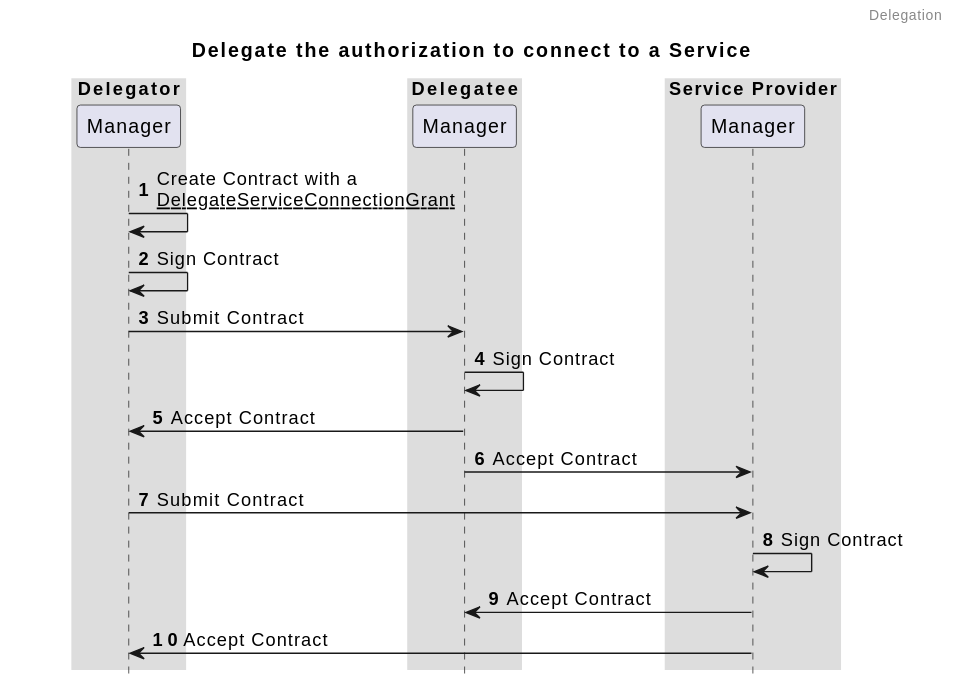
Before: media/seq-delegate-connection.svg, a diagram exported from PlantUML (Logius-standaarden/fsc-core).
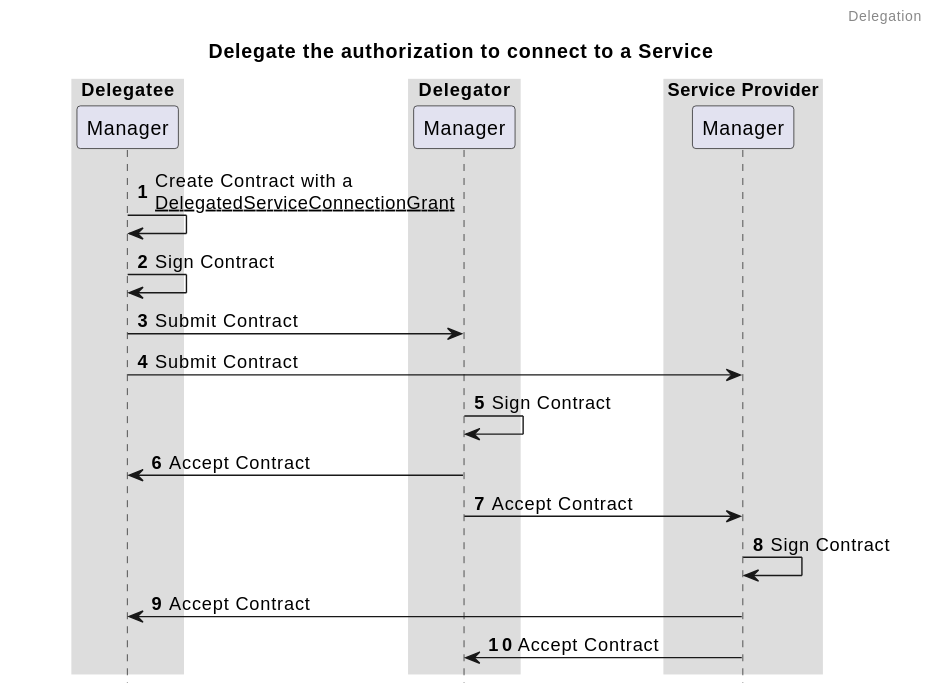
Above is the later version.

Commit message:
Improve readability of the Delegated Connection diagrams  (#31)

Diff of the diagram source:
```diff
@@ -3,25 +3,25 @@
 title: Delegate the authorization to connect to a Service
 header: Delegation
 
+box "Delegatee"
+  participant "Manager" as managerDelegatee
+end box
+
 box "Delegator"
   participant "Manager" as managerDelegator
-end box
-
-box "Delegatee"
-  participant "Manager" as managerDelegatee
 end box
 
 box "Service Provider"
   participant "Manager" as managerServiceProvider
 end box
 
-managerDelegator -> managerDelegator: Create Contract with a \n__DelegateServiceConnectionGrant__
+managerDelegatee -> managerDelegatee: Create Contract with a \n__DelegatedServiceConnectionGrant__
+managerDelegatee -> managerDelegatee: Sign Contract
+managerDelegatee -> managerDelegator: Submit Contract
+managerDelegatee -> managerServiceProvider: Submit Contract
 managerDelegator -> managerDelegator: Sign Contract
-managerDelegator -> managerDelegatee: Submit Contract
-managerDelegatee -> managerDelegatee: Sign Contract
-managerDelegatee -> managerDelegator: Accept Contract
-managerDelegatee -> managerServiceProvider: Accept Contract
-managerDelegator -> managerServiceProvider: Submit Contract
+managerDelegator -> managerDelegatee: Accept Contract
+managerDelegator -> managerServiceProvider: Accept Contract
 managerServiceProvider -> managerServiceProvider: Sign Contract
 managerServiceProvider -> managerDelegatee: Accept Contract
 managerServiceProvider -> managerDelegator: Accept Contract
```
